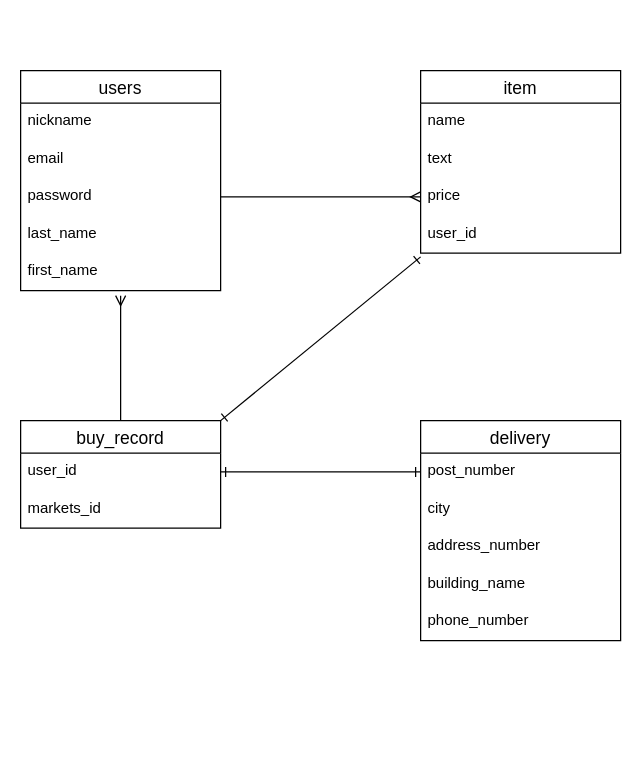
Earlier version of the draw.io diagram furima-35708.dio (yf-steven/furima-35708). Source tidied: cells renumbered, new cells numbered last; positions are measured from the earlier drawing's top-left corner, leaving out a move shared by most shapes. Both pictures are drawn from the tidied source at 125%, with x=0, y=0 at pixel (20, 70).
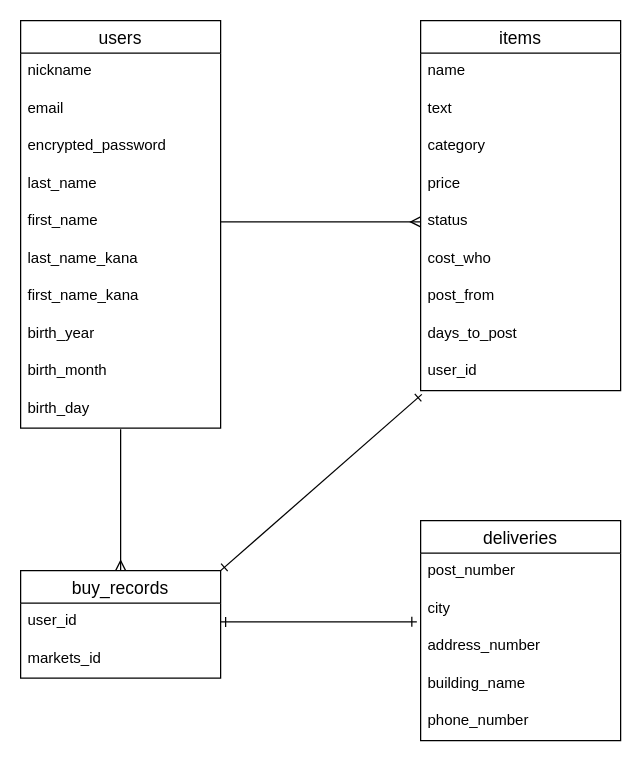
The same diagram, later.

Commit message (it also covers changes not shown here):
ER図とREADMEの加筆、修正

The change refers to these unchanged cells:
```xml
<mxCell id="10" value="user_id" style="text;strokeColor=none;fillColor=none;spacingLeft=4;spacingRight=4;overflow=hidden;points=[[0,0.5],[1,0.5]];portConstraint=eastwest;fontSize=12;" parent="9" vertex="1">
  <mxGeometry y="26" width="160" height="30" as="geometry" />
</mxCell>
<mxCell id="13" value="post_number&#10;" style="text;strokeColor=none;fillColor=none;spacingLeft=4;spacingRight=4;overflow=hidden;points=[[0,0.5],[1,0.5]];portConstraint=eastwest;fontSize=12;" parent="12" vertex="1">
  <mxGeometry y="26" width="160" height="30" as="geometry" />
</mxCell>
<mxCell id="14" value="city" style="text;strokeColor=none;fillColor=none;spacingLeft=4;spacingRight=4;overflow=hidden;points=[[0,0.5],[1,0.5]];portConstraint=eastwest;fontSize=12;" parent="12" vertex="1">
  <mxGeometry y="56" width="160" height="30" as="geometry" />
</mxCell>
```

Diff of the diagram source:
```diff
@@
-    <mxCell id="2" value="item" style="swimlane;fontStyle=0;horizontal=1;startSize=26;align=center;fontSize=14;" parent="1" vertex="1">
-      <mxGeometry x="320" width="160" height="146" as="geometry" />
+    <mxCell id="2" value="items" style="swimlane;fontStyle=0;horizontal=1;startSize=26;align=center;fontSize=14;" parent="1" vertex="1">
+      <mxGeometry x="320" y="-40" width="160" height="296" as="geometry" />
     </mxCell>
@@
-    <mxCell id="5" value="price" style="text;strokeColor=none;fillColor=none;spacingLeft=4;spacingRight=4;overflow=hidden;points=[[0,0.5],[1,0.5]];portConstraint=eastwest;fontSize=12;" parent="2" vertex="1">
+    <mxCell id="5" value="category" style="text;strokeColor=none;fillColor=none;spacingLeft=4;spacingRight=4;overflow=hidden;points=[[0,0.5],[1,0.5]];portConstraint=eastwest;fontSize=12;" parent="2" vertex="1">
       <mxGeometry y="86" width="160" height="30" as="geometry" />
     </mxCell>
+    <mxCell id="26" value="price" style="text;strokeColor=none;fillColor=none;spacingLeft=4;spacingRight=4;overflow=hidden;fontSize=12;" parent="2" vertex="1">
+      <mxGeometry y="116" width="160" height="30" as="geometry" />
+    </mxCell>
+    <mxCell id="27" value="status" style="text;strokeColor=none;fillColor=none;spacingLeft=4;spacingRight=4;overflow=hidden;points=[[0,0.5],[1,0.5]];portConstraint=eastwest;fontSize=12;" parent="2" vertex="1">
+      <mxGeometry y="146" width="160" height="30" as="geometry" />
+    </mxCell>
+    <mxCell id="28" value="cost_who" style="text;strokeColor=none;fillColor=none;spacingLeft=4;spacingRight=4;overflow=hidden;fontSize=12;" parent="2" vertex="1">
+      <mxGeometry y="176" width="160" height="30" as="geometry" />
+    </mxCell>
+    <mxCell id="29" value="post_from" style="text;strokeColor=none;fillColor=none;spacingLeft=4;spacingRight=4;overflow=hidden;fontSize=12;" parent="2" vertex="1">
+      <mxGeometry y="206" width="160" height="30" as="geometry" />
+    </mxCell>
+    <mxCell id="30" value="days_to_post" style="text;strokeColor=none;fillColor=none;spacingLeft=4;spacingRight=4;overflow=hidden;fontSize=12;" parent="2" vertex="1">
+      <mxGeometry y="236" width="160" height="30" as="geometry" />
+    </mxCell>
     <mxCell id="6" value="user_id" style="text;strokeColor=none;fillColor=none;spacingLeft=4;spacingRight=4;overflow=hidden;points=[[0,0.5],[1,0.5]];portConstraint=eastwest;fontSize=12;" parent="2" vertex="1">
-      <mxGeometry y="116" width="160" height="30" as="geometry" />
+      <mxGeometry y="266" width="160" height="30" as="geometry" />
     </mxCell>
-    <mxCell id="7" style="edgeStyle=orthogonalEdgeStyle;rounded=0;jettySize=auto;html=1;exitX=0.5;exitY=0;exitDx=0;exitDy=0;startArrow=none;startFill=0;endArrow=ERmany;endFill=0;" parent="1" edge="1" source="9">
-      <mxGeometry relative="1" as="geometry">
-        <mxPoint x="80" y="180" as="targetPoint" />
-      </mxGeometry>
-    </mxCell>
+    <mxCell id="31" style="edgeStyle=orthogonalEdgeStyle;rounded=0;jettySize=auto;html=1;exitX=0.5;exitY=0;exitDx=0;exitDy=0;entryX=0.5;entryY=1.033;entryDx=0;entryDy=0;entryPerimeter=0;endArrow=none;endFill=0;startArrow=ERmany;startFill=0;" parent="1" edge="1" source="9" target="24">
+      <mxGeometry relative="1" as="geometry" />
+    </mxCell>
-    <mxCell id="8" style="rounded=0;jettySize=auto;html=1;exitX=1;exitY=0;exitDx=0;exitDy=0;entryX=0;entryY=1.1;entryDx=0;entryDy=0;entryPerimeter=0;startArrow=ERone;startFill=0;endArrow=ERone;endFill=0;" parent="1" edge="1" source="9" target="6">
+    <mxCell id="8" style="rounded=0;jettySize=auto;html=1;exitX=1;exitY=0;exitDx=0;exitDy=0;entryX=0.006;entryY=1.1;entryDx=0;entryDy=0;entryPerimeter=0;startArrow=ERone;startFill=0;endArrow=ERone;endFill=0;" parent="1" edge="1" source="9" target="6">
       <mxGeometry relative="1" as="geometry" />
     </mxCell>
-    <mxCell id="9" value="buy_record" style="swimlane;fontStyle=0;horizontal=1;startSize=26;align=center;fontSize=14;" parent="1" vertex="1">
-      <mxGeometry y="280" width="160" height="86" as="geometry" />
+    <mxCell id="9" value="buy_records" style="swimlane;fontStyle=0;horizontal=1;startSize=26;align=center;fontSize=14;" parent="1" vertex="1">
+      <mxGeometry y="400" width="160" height="86" as="geometry" />
     </mxCell>
@@
-    <mxCell id="12" value="delivery" style="swimlane;fontStyle=0;horizontal=1;startSize=26;align=center;fontSize=14;" parent="1" vertex="1">
-      <mxGeometry x="320" y="280" width="160" height="176" as="geometry" />
+    <mxCell id="12" value="deliveries" style="swimlane;fontStyle=0;horizontal=1;startSize=26;align=center;fontSize=14;" parent="1" vertex="1">
+      <mxGeometry x="320" y="360" width="160" height="176" as="geometry" />
     </mxCell>
@@
-    <mxCell id="18" style="edgeStyle=orthogonalEdgeStyle;rounded=0;jettySize=auto;html=1;entryX=0;entryY=0.5;entryDx=0;entryDy=0;endArrow=ERone;endFill=0;exitX=1;exitY=0.5;exitDx=0;exitDy=0;startArrow=ERone;startFill=0;" parent="1" edge="1" source="10" target="13">
-      <mxGeometry relative="1" as="geometry" />
-    </mxCell>
     <mxCell id="19" value="users" style="swimlane;fontStyle=0;horizontal=1;startSize=26;align=center;fontSize=14;" parent="1" vertex="1">
-      <mxGeometry width="160" height="176" as="geometry" />
+      <mxGeometry y="-40" width="160" height="326" as="geometry" />
     </mxCell>
@@
-    <mxCell id="22" value="password" style="text;strokeColor=none;fillColor=none;spacingLeft=4;spacingRight=4;overflow=hidden;points=[[0,0.5],[1,0.5]];portConstraint=eastwest;fontSize=12;" parent="19" vertex="1">
+    <mxCell id="22" value="encrypted_password" style="text;strokeColor=none;fillColor=none;spacingLeft=4;spacingRight=4;overflow=hidden;points=[[0,0.5],[1,0.5]];portConstraint=eastwest;fontSize=12;" parent="19" vertex="1">
       <mxGeometry y="86" width="160" height="30" as="geometry" />
     </mxCell>
@@
+    <mxCell id="32" value="first_name" style="text;strokeColor=none;fillColor=none;spacingLeft=4;spacingRight=4;overflow=hidden;points=[[0,0.5],[1,0.5]];portConstraint=eastwest;fontSize=12;" parent="19" vertex="1">
+      <mxGeometry y="146" width="160" height="30" as="geometry" />
+    </mxCell>
+    <mxCell id="33" value="last_name_kana" style="text;strokeColor=none;fillColor=none;spacingLeft=4;spacingRight=4;overflow=hidden;fontSize=12;" parent="19" vertex="1">
+      <mxGeometry y="176" width="160" height="30" as="geometry" />
+    </mxCell>
+    <mxCell id="34" value="first_name_kana" style="text;strokeColor=none;fillColor=none;spacingLeft=4;spacingRight=4;overflow=hidden;fontSize=12;" parent="19" vertex="1">
+      <mxGeometry y="206" width="160" height="30" as="geometry" />
+    </mxCell>
+    <mxCell id="35" value="birth_year" style="text;strokeColor=none;fillColor=none;spacingLeft=4;spacingRight=4;overflow=hidden;fontSize=12;" parent="19" vertex="1">
+      <mxGeometry y="236" width="160" height="30" as="geometry" />
+    </mxCell>
+    <mxCell id="36" value="birth_month" style="text;strokeColor=none;fillColor=none;spacingLeft=4;spacingRight=4;overflow=hidden;fontSize=12;" parent="19" vertex="1">
+      <mxGeometry y="266" width="160" height="30" as="geometry" />
+    </mxCell>
-    <mxCell id="24" value="first_name" style="text;strokeColor=none;fillColor=none;spacingLeft=4;spacingRight=4;overflow=hidden;points=[[0,0.5],[1,0.5]];portConstraint=eastwest;fontSize=12;" parent="19" vertex="1">
-      <mxGeometry y="146" width="160" height="30" as="geometry" />
+    <mxCell id="24" value="birth_day" style="text;strokeColor=none;fillColor=none;spacingLeft=4;spacingRight=4;overflow=hidden;points=[[0,0.5],[1,0.5]];portConstraint=eastwest;fontSize=12;" parent="19" vertex="1">
+      <mxGeometry y="296" width="160" height="30" as="geometry" />
     </mxCell>
-    <mxCell id="25" style="edgeStyle=orthogonalEdgeStyle;rounded=0;jettySize=auto;html=1;exitX=1;exitY=0.5;exitDx=0;exitDy=0;entryX=0;entryY=0.5;entryDx=0;entryDy=0;startArrow=none;startFill=0;endArrow=ERmany;endFill=0;" parent="1" edge="1" source="22" target="5">
-      <mxGeometry relative="1" as="geometry" />
-    </mxCell>
+    <mxCell id="37" style="edgeStyle=orthogonalEdgeStyle;rounded=0;jettySize=auto;html=1;exitX=1;exitY=0.5;exitDx=0;exitDy=0;entryX=0;entryY=0.5;entryDx=0;entryDy=0;endArrow=ERmany;endFill=0;" parent="1" edge="1" source="32" target="27">
+      <mxGeometry relative="1" as="geometry" />
+    </mxCell>
+    <mxCell id="38" style="edgeStyle=none;rounded=0;jettySize=auto;html=1;exitX=1;exitY=0.5;exitDx=0;exitDy=0;entryX=-0.019;entryY=0.833;entryDx=0;entryDy=0;entryPerimeter=0;startArrow=ERone;startFill=0;endArrow=ERone;endFill=0;" parent="1" edge="1" source="10" target="14">
+      <mxGeometry relative="1" as="geometry" />
+    </mxCell>
```
